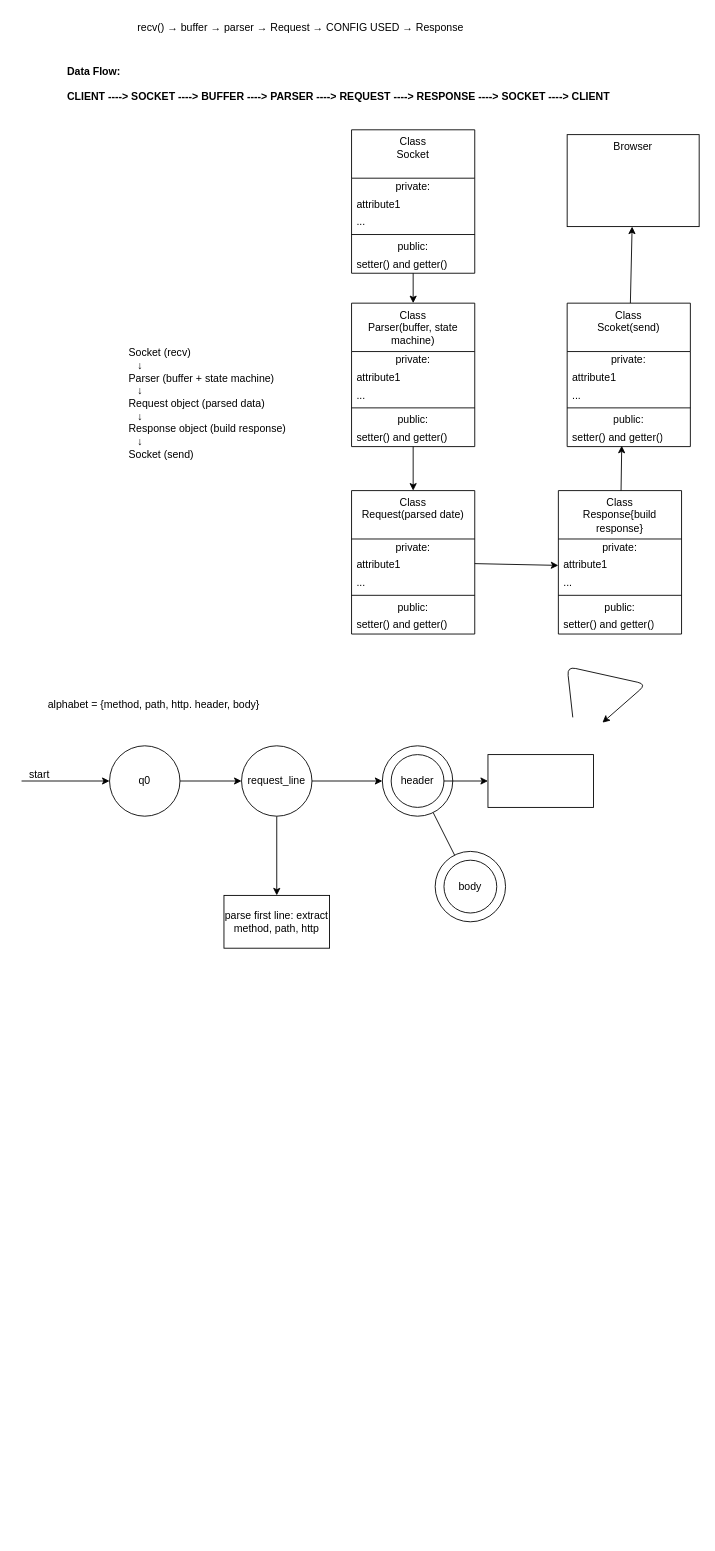
This is server/diagram.drawio from JavadJan/webserver, a draw.io file, before an edit. Source tidied: cells renumbered, new cells numbered last; positions are measured from the earlier drawing's top-left corner, leaving out a move shared by most shapes. Both pictures are drawn from the tidied source at 88%, with x=0, y=0 at pixel (17, 15).
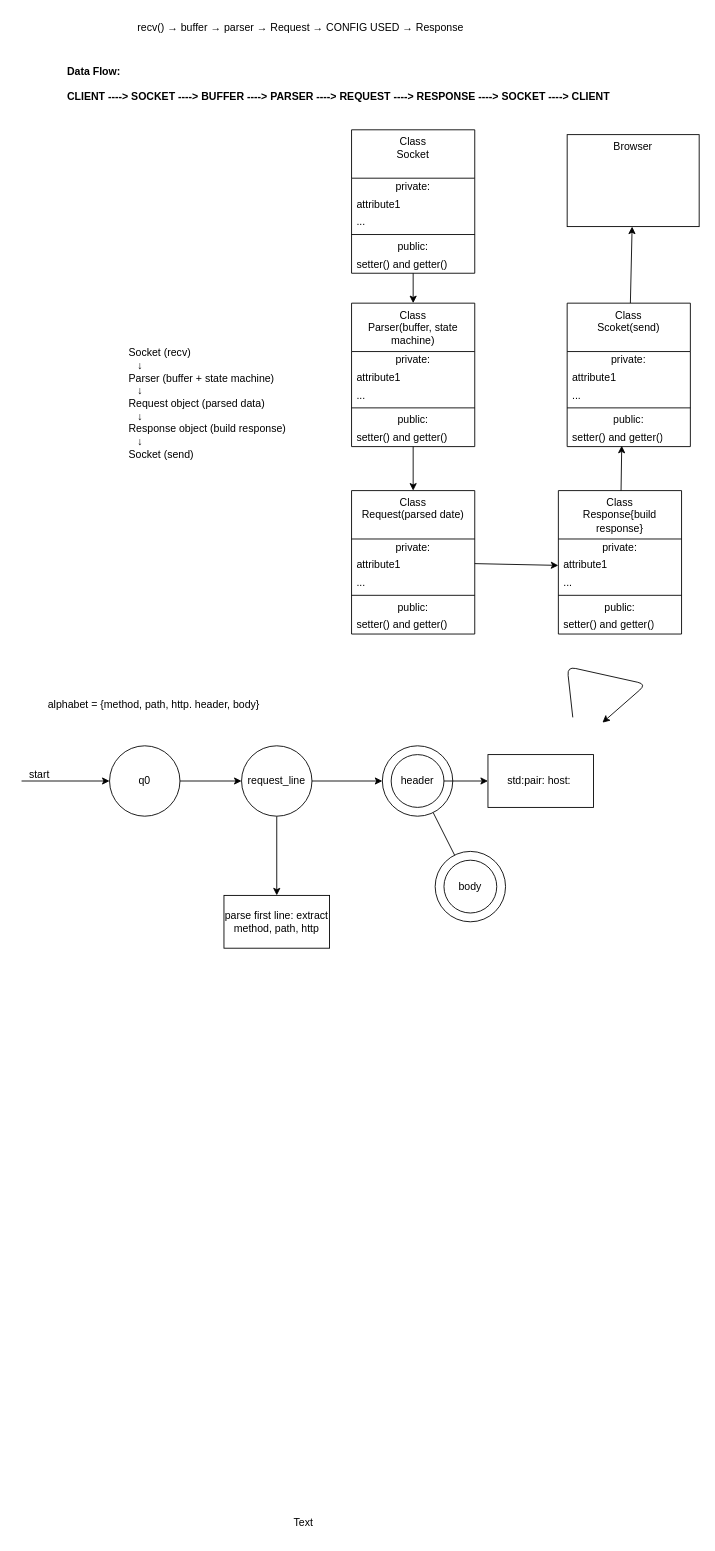
Above is the later version.

What changed in the source:
```diff
@@
-    <mxCell id="62" style="whiteSpace=wrap;html=1;fillColor=none;" parent="1" vertex="1">
+    <mxCell id="62" value="std:pair: host:&amp;nbsp;" style="whiteSpace=wrap;html=1;fillColor=none;" parent="1" vertex="1">
       <mxGeometry x="535" y="840" width="120" height="60" as="geometry" />
     </mxCell>
+    <mxCell id="63" value="Text" style="text;html=1;align=center;verticalAlign=middle;strokeColor=none;fillColor=none;" parent="1" vertex="1">
+      <mxGeometry x="300" y="1698" width="50" height="30" as="geometry" />
+    </mxCell>
```
